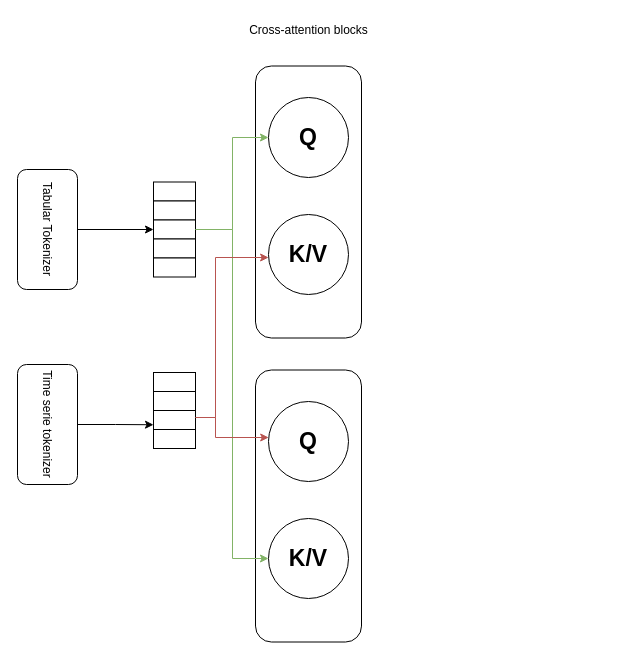
Earlier version of the draw.io diagram Figures/Diagramme sans nom.drawio (Jeremstym/bayesian_knn). Source tidied: cells renumbered, new cells numbered last; positions are measured from the earlier drawing's top-left corner, leaving out a move shared by most shapes. Both pictures are drawn from the tidied source at 100%, with x=0, y=0 at pixel (-13, 17).
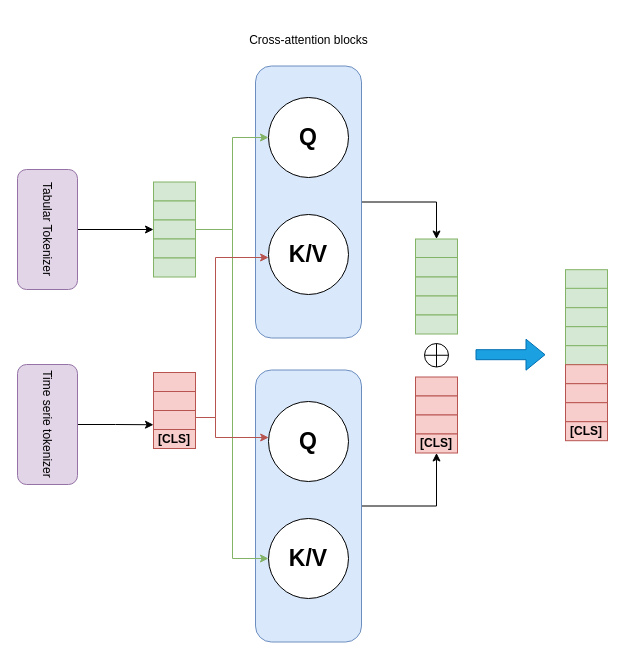
The same page after the edit.

Commit message (it also covers changes not shown here):
Mettre à jour Diagramme sans nom.drawio

The edit, as a diff of the source:
```diff
@@
-    <mxCell id="3" value="Tabular Tokenizer" style="rounded=1;whiteSpace=wrap;html=1;rotation=90;" parent="1" vertex="1">
+    <mxCell id="3" value="Tabular Tokenizer" style="rounded=1;whiteSpace=wrap;html=1;rotation=90;fillColor=#e1d5e7;strokeColor=#9673a6;" parent="1" vertex="1">
       <mxGeometry y="182" width="120" height="60" as="geometry" />
     </mxCell>
@@
-    <mxCell id="5" value="Time serie tokenizer" style="rounded=1;whiteSpace=wrap;html=1;rotation=90;" parent="1" vertex="1">
+    <mxCell id="5" value="Time serie tokenizer" style="rounded=1;whiteSpace=wrap;html=1;rotation=90;fillColor=#e1d5e7;strokeColor=#9673a6;" parent="1" vertex="1">
       <mxGeometry y="377" width="120" height="60" as="geometry" />
     </mxCell>
-    <mxCell id="6" style="rounded=0;whiteSpace=wrap;html=1;" parent="1" vertex="1">
+    <mxCell id="6" style="rounded=0;whiteSpace=wrap;html=1;fillColor=#d5e8d4;strokeColor=#82b366;" parent="1" vertex="1">
       <mxGeometry x="166" y="164.5" width="42" height="19" as="geometry" />
     </mxCell>
-    <mxCell id="7" style="rounded=0;whiteSpace=wrap;html=1;" parent="1" vertex="1">
+    <mxCell id="7" style="rounded=0;whiteSpace=wrap;html=1;fillColor=#d5e8d4;strokeColor=#82b366;" parent="1" vertex="1">
       <mxGeometry x="166" y="183.5" width="42" height="19" as="geometry" />
     </mxCell>
-    <mxCell id="8" style="rounded=0;whiteSpace=wrap;html=1;" parent="1" vertex="1">
+    <mxCell id="8" style="rounded=0;whiteSpace=wrap;html=1;fillColor=#d5e8d4;strokeColor=#82b366;" parent="1" vertex="1">
       <mxGeometry x="166" y="202.5" width="42" height="19" as="geometry" />
     </mxCell>
-    <mxCell id="9" style="rounded=0;whiteSpace=wrap;html=1;" parent="1" vertex="1">
+    <mxCell id="9" style="rounded=0;whiteSpace=wrap;html=1;fillColor=#d5e8d4;strokeColor=#82b366;" parent="1" vertex="1">
       <mxGeometry x="166" y="221.5" width="42" height="19" as="geometry" />
     </mxCell>
-    <mxCell id="10" style="rounded=0;whiteSpace=wrap;html=1;" parent="1" vertex="1">
+    <mxCell id="10" style="rounded=0;whiteSpace=wrap;html=1;fillColor=#d5e8d4;strokeColor=#82b366;" parent="1" vertex="1">
       <mxGeometry x="166" y="240.5" width="42" height="19" as="geometry" />
     </mxCell>
-    <mxCell id="11" style="rounded=0;whiteSpace=wrap;html=1;" parent="1" vertex="1">
+    <mxCell id="11" style="rounded=0;whiteSpace=wrap;html=1;fillColor=#f8cecc;strokeColor=#b85450;" parent="1" vertex="1">
       <mxGeometry x="166" y="355" width="42" height="19" as="geometry" />
     </mxCell>
-    <mxCell id="12" style="rounded=0;whiteSpace=wrap;html=1;" parent="1" vertex="1">
+    <mxCell id="12" style="rounded=0;whiteSpace=wrap;html=1;fillColor=#f8cecc;strokeColor=#b85450;" parent="1" vertex="1">
       <mxGeometry x="166" y="374" width="42" height="19" as="geometry" />
     </mxCell>
-    <mxCell id="13" style="rounded=0;whiteSpace=wrap;html=1;" parent="1" vertex="1">
+    <mxCell id="13" style="rounded=0;whiteSpace=wrap;html=1;fillColor=#f8cecc;strokeColor=#b85450;" parent="1" vertex="1">
       <mxGeometry x="166" y="393" width="42" height="19" as="geometry" />
     </mxCell>
-    <mxCell id="14" style="rounded=0;whiteSpace=wrap;html=1;" parent="1" vertex="1">
+    <mxCell id="14" value="&lt;b&gt;[CLS]&lt;/b&gt;" style="rounded=0;whiteSpace=wrap;html=1;fillColor=#f8cecc;strokeColor=#b85450;" parent="1" vertex="1">
       <mxGeometry x="166" y="412" width="42" height="19" as="geometry" />
     </mxCell>
+    <mxCell id="26" style="edgeStyle=orthogonalEdgeStyle;rounded=0;jettySize=auto;html=1;entryX=0.5;entryY=0;entryDx=0;entryDy=0;" parent="1" edge="1" source="15" target="28">
+      <mxGeometry relative="1" as="geometry" />
+    </mxCell>
-    <mxCell id="15" style="rounded=1;whiteSpace=wrap;html=1;rotation=90;" parent="1" vertex="1">
+    <mxCell id="15" style="rounded=1;whiteSpace=wrap;html=1;rotation=90;fillColor=#dae8fc;strokeColor=#6c8ebf;" parent="1" vertex="1">
       <mxGeometry x="185" y="131.5" width="272" height="106" as="geometry" />
     </mxCell>
@@
     <mxCell id="18" value="Cross-attention blocks" style="text;html=1;align=center;verticalAlign=middle;strokeColor=none;fillColor=none;" parent="1" vertex="1">
-      <mxGeometry x="252.5" width="137" height="26" as="geometry" />
+      <mxGeometry x="252.5" y="10" width="137" height="26" as="geometry" />
     </mxCell>
+    <mxCell id="27" style="edgeStyle=orthogonalEdgeStyle;rounded=0;jettySize=auto;html=1;entryX=0.5;entryY=1;entryDx=0;entryDy=0;" parent="1" edge="1" source="19" target="36">
+      <mxGeometry relative="1" as="geometry" />
+    </mxCell>
-    <mxCell id="19" style="rounded=1;whiteSpace=wrap;html=1;rotation=90;" parent="1" vertex="1">
+    <mxCell id="19" style="rounded=1;whiteSpace=wrap;html=1;rotation=90;fillColor=#dae8fc;strokeColor=#6c8ebf;" parent="1" vertex="1">
       <mxGeometry x="185" y="435.5" width="272" height="106" as="geometry" />
     </mxCell>
@@
+    <mxCell id="28" style="rounded=0;whiteSpace=wrap;html=1;fillColor=#d5e8d4;strokeColor=#82b366;" parent="1" vertex="1">
+      <mxGeometry x="428" y="221.5" width="42" height="19" as="geometry" />
+    </mxCell>
+    <mxCell id="29" style="rounded=0;whiteSpace=wrap;html=1;fillColor=#d5e8d4;strokeColor=#82b366;" parent="1" vertex="1">
+      <mxGeometry x="428" y="240" width="42" height="19.5" as="geometry" />
+    </mxCell>
+    <mxCell id="30" style="rounded=0;whiteSpace=wrap;html=1;fillColor=#d5e8d4;strokeColor=#82b366;" parent="1" vertex="1">
+      <mxGeometry x="428" y="259.5" width="42" height="19" as="geometry" />
+    </mxCell>
+    <mxCell id="31" style="rounded=0;whiteSpace=wrap;html=1;fillColor=#d5e8d4;strokeColor=#82b366;" parent="1" vertex="1">
+      <mxGeometry x="428" y="278.5" width="42" height="19" as="geometry" />
+    </mxCell>
+    <mxCell id="32" style="rounded=0;whiteSpace=wrap;html=1;fillColor=#d5e8d4;strokeColor=#82b366;" parent="1" vertex="1">
+      <mxGeometry x="428" y="297.5" width="42" height="19" as="geometry" />
+    </mxCell>
+    <mxCell id="33" style="rounded=0;whiteSpace=wrap;html=1;fillColor=#f8cecc;strokeColor=#b85450;" parent="1" vertex="1">
+      <mxGeometry x="428" y="359.5" width="42" height="19" as="geometry" />
+    </mxCell>
+    <mxCell id="34" style="rounded=0;whiteSpace=wrap;html=1;fillColor=#f8cecc;strokeColor=#b85450;" parent="1" vertex="1">
+      <mxGeometry x="428" y="378.5" width="42" height="19" as="geometry" />
+    </mxCell>
+    <mxCell id="35" style="rounded=0;whiteSpace=wrap;html=1;fillColor=#f8cecc;strokeColor=#b85450;" parent="1" vertex="1">
+      <mxGeometry x="428" y="397.5" width="42" height="19" as="geometry" />
+    </mxCell>
+    <mxCell id="36" value="&lt;b&gt;[CLS]&lt;/b&gt;" style="rounded=0;whiteSpace=wrap;html=1;fillColor=#f8cecc;strokeColor=#b85450;" parent="1" vertex="1">
+      <mxGeometry x="428" y="416.5" width="42" height="19" as="geometry" />
+    </mxCell>
+    <mxCell id="37" style="shape=orEllipse;perimeter=ellipsePerimeter;whiteSpace=wrap;html=1;backgroundOutline=1;" parent="1" vertex="1">
+      <mxGeometry x="437" y="326" width="24" height="23.5" as="geometry" />
+    </mxCell>
+    <mxCell id="38" style="shape=flexArrow;endArrow=classic;html=1;rounded=0;fillColor=#1ba1e2;strokeColor=#006EAF;" parent="1" edge="1">
+      <mxGeometry relative="1" as="geometry">
+        <mxPoint x="488" y="337.2" as="sourcePoint" />
+        <mxPoint x="558" y="337.2" as="targetPoint" />
+      </mxGeometry>
+    </mxCell>
+    <mxCell id="39" style="rounded=0;whiteSpace=wrap;html=1;fillColor=#d5e8d4;strokeColor=#82b366;" parent="1" vertex="1">
+      <mxGeometry x="578" y="252.2" width="42" height="19" as="geometry" />
+    </mxCell>
+    <mxCell id="40" style="rounded=0;whiteSpace=wrap;html=1;fillColor=#d5e8d4;strokeColor=#82b366;" parent="1" vertex="1">
+      <mxGeometry x="578" y="270.8" width="42" height="19.5" as="geometry" />
+    </mxCell>
+    <mxCell id="41" style="rounded=0;whiteSpace=wrap;html=1;fillColor=#d5e8d4;strokeColor=#82b366;" parent="1" vertex="1">
+      <mxGeometry x="578" y="290.2" width="42" height="19" as="geometry" />
+    </mxCell>
+    <mxCell id="42" style="rounded=0;whiteSpace=wrap;html=1;fillColor=#d5e8d4;strokeColor=#82b366;" parent="1" vertex="1">
+      <mxGeometry x="578" y="309.2" width="42" height="19" as="geometry" />
+    </mxCell>
+    <mxCell id="43" style="rounded=0;whiteSpace=wrap;html=1;fillColor=#d5e8d4;strokeColor=#82b366;" parent="1" vertex="1">
+      <mxGeometry x="578" y="328.2" width="42" height="19" as="geometry" />
+    </mxCell>
+    <mxCell id="44" style="rounded=0;whiteSpace=wrap;html=1;fillColor=#f8cecc;strokeColor=#b85450;" parent="1" vertex="1">
+      <mxGeometry x="578" y="347.2" width="42" height="19" as="geometry" />
+    </mxCell>
+    <mxCell id="45" style="rounded=0;whiteSpace=wrap;html=1;fillColor=#f8cecc;strokeColor=#b85450;" parent="1" vertex="1">
+      <mxGeometry x="578" y="366.2" width="42" height="19" as="geometry" />
+    </mxCell>
+    <mxCell id="46" style="rounded=0;whiteSpace=wrap;html=1;fillColor=#f8cecc;strokeColor=#b85450;" parent="1" vertex="1">
+      <mxGeometry x="578" y="385.2" width="42" height="19" as="geometry" />
+    </mxCell>
+    <mxCell id="47" value="&lt;b&gt;[CLS]&lt;/b&gt;" style="rounded=0;whiteSpace=wrap;html=1;fillColor=#f8cecc;strokeColor=#b85450;" parent="1" vertex="1">
+      <mxGeometry x="578" y="404.2" width="42" height="19" as="geometry" />
+    </mxCell>
```
